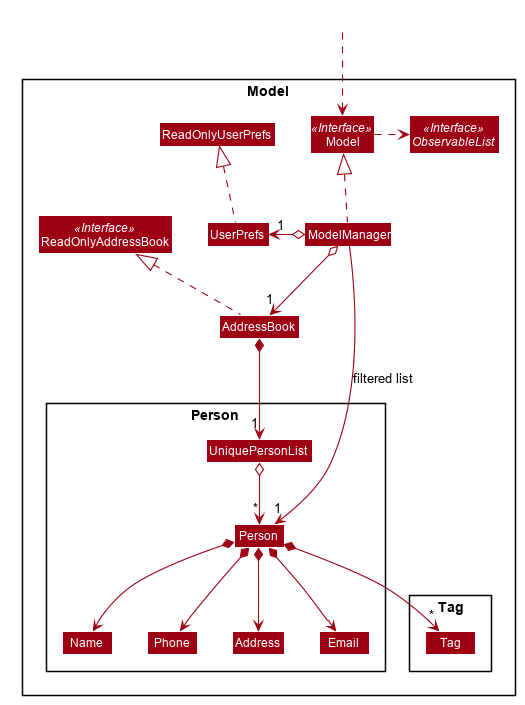
The PlantUML diagram docs/images/ModelClassDiagram.png in nus-cs2103-AY1920S2/addressbook-level3, before a commit.
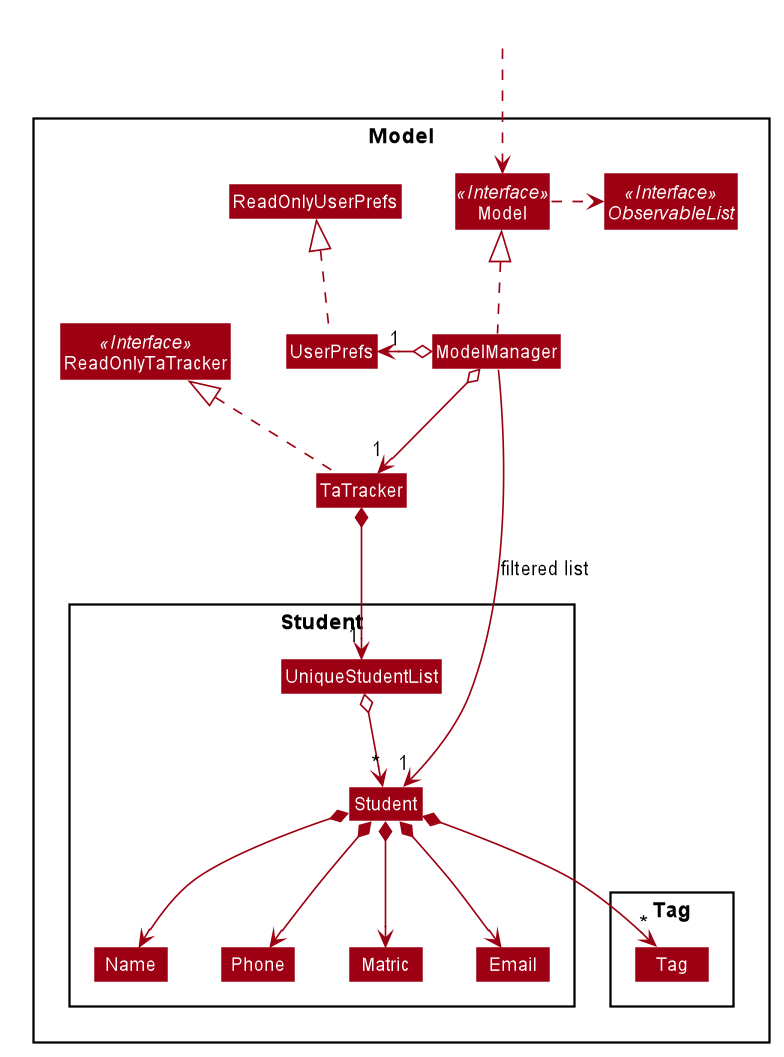
The same file after the commit.

Commit message:
Update AddStudent Sequence Diagram

Diff of the diagram source:
```diff
@@ -52,23 +52,23 @@
 skinparam classBackgroundColor #9D0012
 
 Package Model <<Rectangle>>{
-Interface ReadOnlyAddressBook <<Interface>>
+Interface ReadOnlyTaTracker <<Interface>>
 Interface Model <<Interface>>
 Interface ObservableList <<Interface>>
-Class AddressBook
-Class ReadOnlyAddressBook
+Class TaTracker
+Class ReadOnlyTaTracker
 Class Model
 Class ModelManager
 Class UserPrefs
 Class ReadOnlyUserPrefs
 
-Package Person {
-Class Person
-Class Address
+Package Student {
+Class Student
 Class Email
+Class Matric
 Class Name
 Class Phone
-Class UniquePersonList
+Class UniqueStudentList
 }
 
 Package Tag {
@@ -79,25 +79,25 @@
 Class HiddenOutside #FFFFFF
 HiddenOutside ..> Model
 
-AddressBook .up.|> ReadOnlyAddressBook
+TaTracker .up.|> ReadOnlyTaTracker
 
 ModelManager .up.|> Model
 Model .right.> ObservableList
-ModelManager o--> "1" AddressBook
+ModelManager o--> "1" TaTracker
 ModelManager o-left-> "1" UserPrefs
 UserPrefs .up.|> ReadOnlyUserPrefs
 
-AddressBook *--> "1" UniquePersonList
-UniquePersonList o--> "*" Person
-Person *--> Name
-Person *--> Phone
-Person *--> Email
-Person *--> Address
-Person *--> "*" Tag
+TaTracker *--> "1" UniqueStudentList
+UniqueStudentList o--> "*" Student
+Student *--> Name
+Student *--> Phone
+Student *--> Email
+Student *--> Matric
+Student *--> "*" Tag
 
 Name -[hidden]right-> Phone
-Phone -[hidden]right-> Address
-Address -[hidden]right-> Email
+Phone -[hidden]right-> Matric
+Matric -[hidden]right-> Email
 
-ModelManager -->"1" Person : filtered list
+ModelManager -->"1" Student : filtered list
 @enduml
```
